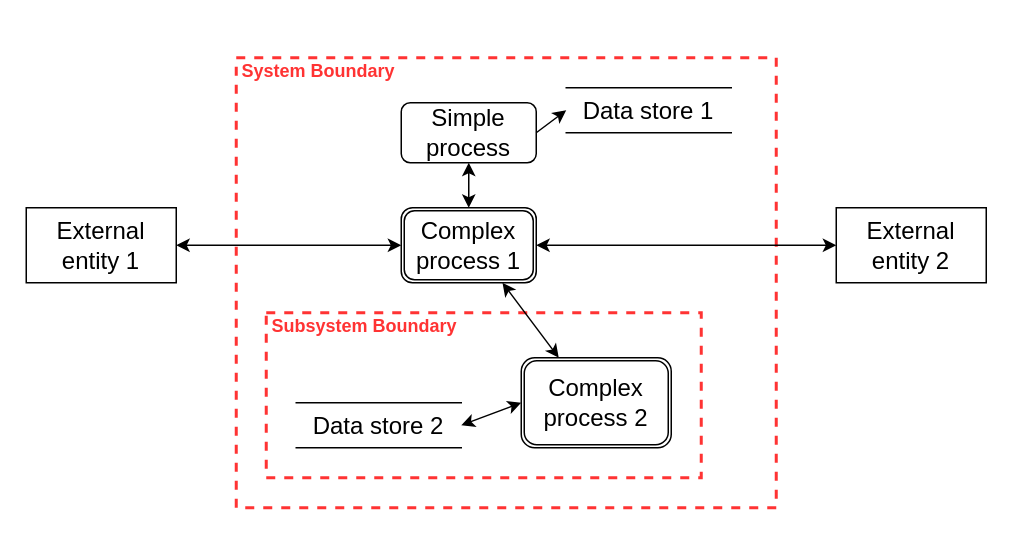
The draw.io diagram dfds/DFD-demo.drawio in kkredit/confronting-wicked-crypto, before the edit. Source tidied: cells renumbered, new cells numbered last; positions are measured from the earlier drawing's top-left corner, leaving out a move shared by most shapes. Both pictures are drawn from the tidied source at 150%, with x=0, y=0 at pixel (26, 57).
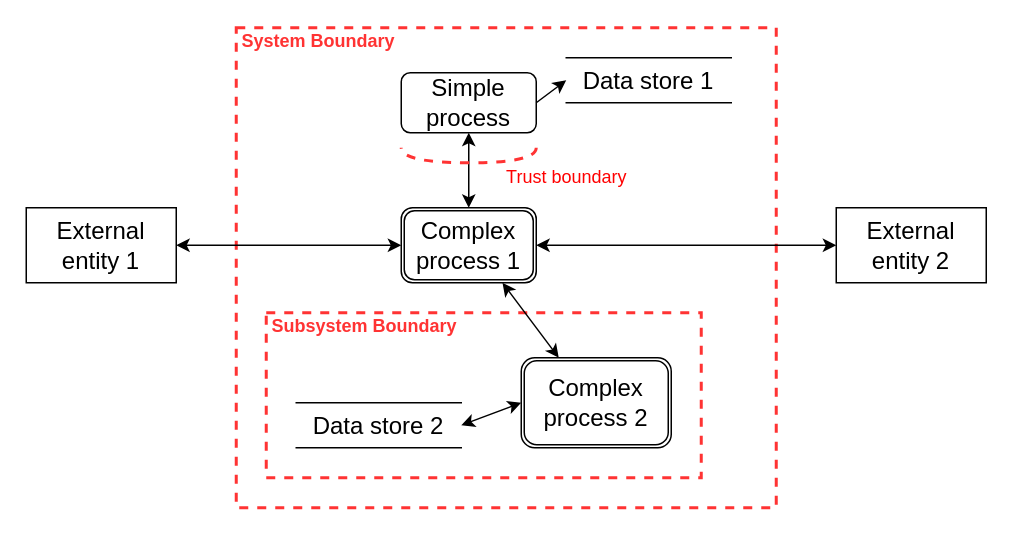
Above is the later version.

Change to the diagram source:
```diff
@@
 <mxGraphModel>
   <root>
     <mxCell id="0" />
     <mxCell id="1" parent="0" />
     <mxCell id="2" value="System Boundary" style="html=1;fontColor=#FF3333;fontStyle=1;align=left;verticalAlign=top;spacing=0;labelBorderColor=none;fillColor=none;dashed=1;strokeWidth=2;strokeColor=#FF3333;spacingLeft=4;spacingTop=-3;" parent="1" vertex="1">
-      <mxGeometry x="140" width="360" height="300" as="geometry" />
+      <mxGeometry x="140" y="-20" width="360" height="320" as="geometry" />
     </mxCell>
     <mxCell id="3" value="Subsystem Boundary" style="html=1;fontColor=#FF3333;fontStyle=1;align=left;verticalAlign=top;spacing=0;labelBorderColor=none;fillColor=none;dashed=1;strokeWidth=2;strokeColor=#FF3333;spacingLeft=4;spacingTop=-3;" parent="1" vertex="1">
       <mxGeometry x="160" y="170" width="290" height="110" as="geometry" />
     </mxCell>
     <mxCell id="4" value="&lt;span style=&quot;font-size: 16px&quot;&gt;External entity 2&lt;/span&gt;" style="rounded=0;whiteSpace=wrap;html=1;" parent="1" vertex="1">
       <mxGeometry x="540" y="100" width="100" height="50" as="geometry" />
     </mxCell>
     <mxCell id="5" value="&lt;font style=&quot;font-size: 16px&quot;&gt;Complex process 2&lt;/font&gt;" style="shape=ext;double=1;rounded=1;whiteSpace=wrap;html=1;" parent="1" vertex="1">
       <mxGeometry x="330" y="200" width="100" height="60" as="geometry" />
     </mxCell>
     <mxCell id="6" value="&lt;font style=&quot;font-size: 16px&quot;&gt;Simple process&lt;/font&gt;" style="rounded=1;whiteSpace=wrap;html=1;" parent="1" vertex="1">
-      <mxGeometry x="250" y="30" width="90" height="40" as="geometry" />
+      <mxGeometry x="250" y="10" width="90" height="40" as="geometry" />
     </mxCell>
     <mxCell id="7" value="&lt;font style=&quot;font-size: 16px&quot;&gt;Complex process 1&lt;/font&gt;" style="shape=ext;double=1;rounded=1;whiteSpace=wrap;html=1;" parent="1" vertex="1">
       <mxGeometry x="250" y="100" width="90" height="50" as="geometry" />
     </mxCell>
     <mxCell id="8" value="&lt;span style=&quot;font-size: 16px&quot;&gt;External entity 1&lt;/span&gt;" style="rounded=0;whiteSpace=wrap;html=1;" parent="1" vertex="1">
       <mxGeometry y="100" width="100" height="50" as="geometry" />
     </mxCell>
     <mxCell id="9" style="endArrow=classic;startArrow=classic;html=1;fontColor=#FF3333;entryX=0.25;entryY=0;entryDx=0;entryDy=0;exitX=0.75;exitY=1;exitDx=0;exitDy=0;" parent="1" edge="1" source="7" target="5">
       <mxGeometry relative="1" as="geometry" />
     </mxCell>
     <mxCell id="10" style="endArrow=classic;startArrow=classic;html=1;fontColor=#FF3333;entryX=0.5;entryY=0;entryDx=0;entryDy=0;exitX=0.5;exitY=1;exitDx=0;exitDy=0;" parent="1" edge="1" source="6" target="7">
       <mxGeometry relative="1" as="geometry" />
     </mxCell>
     <mxCell id="11" style="endArrow=classic;startArrow=classic;html=1;fontColor=#FF3333;entryX=1;entryY=0.5;entryDx=0;entryDy=0;exitX=0;exitY=0.5;exitDx=0;exitDy=0;" parent="1" edge="1" source="7" target="8">
       <mxGeometry relative="1" as="geometry" />
     </mxCell>
     <mxCell id="12" style="endArrow=classic;startArrow=classic;html=1;fontColor=#FF3333;entryX=0;entryY=0.5;entryDx=0;entryDy=0;exitX=1;exitY=0.5;exitDx=0;exitDy=0;" parent="1" edge="1" source="7" target="4">
       <mxGeometry relative="1" as="geometry" />
     </mxCell>
     <mxCell id="13" value="&lt;font style=&quot;font-size: 16px&quot;&gt;Data store 1&lt;/font&gt;" style="shape=partialRectangle;whiteSpace=wrap;html=1;left=0;right=0;fillColor=none;" parent="1" vertex="1">
-      <mxGeometry x="360" y="20" width="110" height="30" as="geometry" />
+      <mxGeometry x="360" width="110" height="30" as="geometry" />
     </mxCell>
     <mxCell id="14" style="endArrow=classic;html=1;fontColor=#FF3333;entryX=0;entryY=0.5;entryDx=0;entryDy=0;exitX=1;exitY=0.5;exitDx=0;exitDy=0;" parent="1" edge="1" source="6" target="13">
       <mxGeometry relative="1" as="geometry" />
     </mxCell>
     <mxCell id="15" style="endArrow=classic;startArrow=classic;html=1;fontColor=#FF3333;entryX=0;entryY=0.5;entryDx=0;entryDy=0;exitX=1;exitY=0.5;exitDx=0;exitDy=0;" parent="1" edge="1" source="16" target="5">
       <mxGeometry relative="1" as="geometry" />
     </mxCell>
     <mxCell id="16" value="&lt;font style=&quot;font-size: 16px&quot;&gt;Data store 2&lt;/font&gt;" style="shape=partialRectangle;whiteSpace=wrap;html=1;left=0;right=0;fillColor=none;" parent="1" vertex="1">
       <mxGeometry x="180" y="230" width="110" height="30" as="geometry" />
     </mxCell>
+    <mxCell id="17" style="shape=requiredInterface;html=1;verticalLabelPosition=bottom;dashed=1;strokeColor=#FF3333;strokeWidth=2;fillColor=none;fontColor=#FF3333;align=left;rotation=90;" parent="1" vertex="1">
+      <mxGeometry x="290" y="20" width="10" height="90" as="geometry" />
+    </mxCell>
+    <mxCell id="18" value="Trust boundary" style="text;html=1;align=center;verticalAlign=middle;fontColor=#FF0000;" parent="1" vertex="1">
+      <mxGeometry x="310" y="70" width="100" height="20" as="geometry" />
+    </mxCell>
   </root>
 </mxGraphModel>
```
